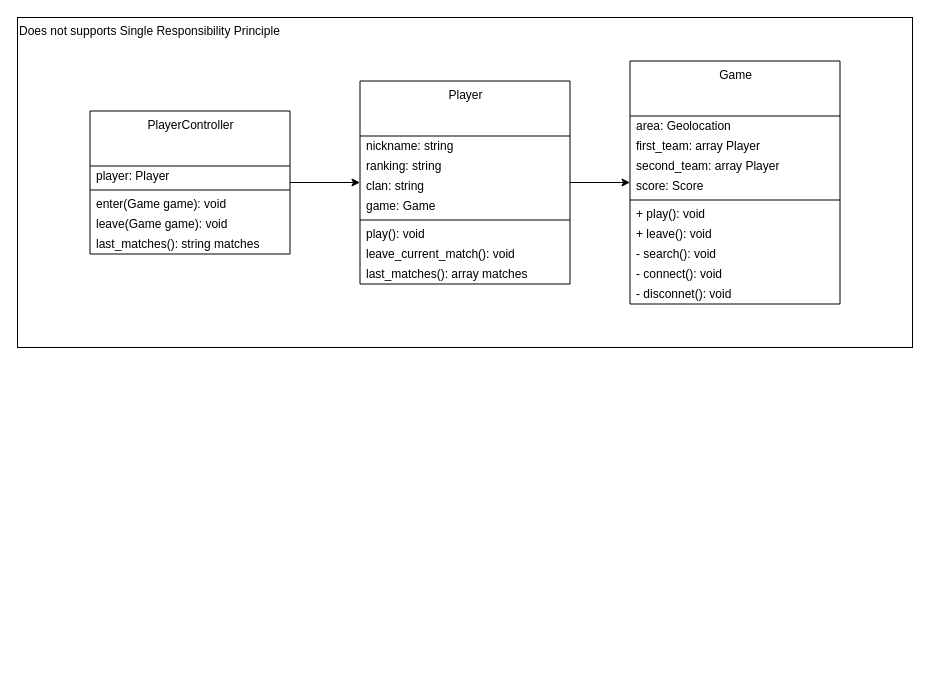
This is page "SRP-BROKEN" (4 of 5) of images/clean-code-clean-classes/clean-classes.drawio from GabrielSlima/blog, a draw.io file, before an edit. Source tidied: cells renumbered, new cells numbered last; positions are measured from the earlier drawing's top-left corner, leaving out a move shared by most shapes. Both pictures are drawn from the tidied source at 100%, with x=0, y=0 at pixel (17, 17).
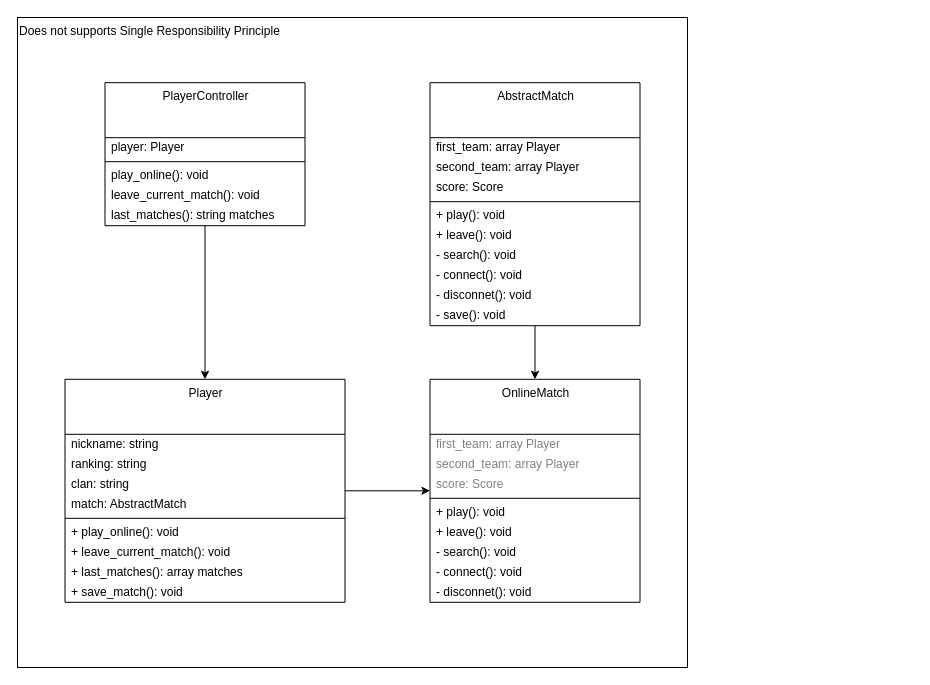
The same page after the edit.

Diff of the diagram source:
```diff
@@
-    <mxCell id="2" style="edgeStyle=orthogonalEdgeStyle;rounded=0;jettySize=auto;html=1;" parent="1" edge="1" source="3" target="19">
-      <mxGeometry relative="1" as="geometry" />
-    </mxCell>
-    <mxCell id="3" value="&lt;div&gt;Player&lt;/div&gt;" style="swimlane;fontStyle=0;align=center;verticalAlign=top;horizontal=1;startSize=55;html=1;fillColor=none;" parent="1" vertex="1">
-      <mxGeometry x="342.5" y="63.5" width="210" height="203" as="geometry" />
-    </mxCell>
-    <mxCell id="4" value="nickname: string" style="text;html=1;strokeColor=none;fillColor=none;align=left;verticalAlign=middle;spacingLeft=4;spacingRight=4;overflow=hidden;" parent="3" vertex="1">
-      <mxGeometry y="55" width="210" height="20" as="geometry" />
-    </mxCell>
-    <mxCell id="5" value="&lt;div&gt;ranking: string&lt;br&gt;&lt;/div&gt;" style="text;html=1;strokeColor=none;fillColor=none;align=left;verticalAlign=middle;spacingLeft=4;spacingRight=4;overflow=hidden;" parent="3" vertex="1">
-      <mxGeometry y="75" width="210" height="20" as="geometry" />
-    </mxCell>
-    <mxCell id="6" value="&lt;div&gt;clan: string&lt;br&gt;&lt;/div&gt;" style="text;html=1;strokeColor=none;fillColor=none;align=left;verticalAlign=middle;spacingLeft=4;spacingRight=4;overflow=hidden;" parent="3" vertex="1">
-      <mxGeometry y="95" width="210" height="20" as="geometry" />
-    </mxCell>
-    <mxCell id="7" value="&lt;div&gt;game: Game&lt;br&gt;&lt;/div&gt;" style="text;html=1;strokeColor=none;fillColor=none;align=left;verticalAlign=middle;spacingLeft=4;spacingRight=4;overflow=hidden;" parent="3" vertex="1">
-      <mxGeometry y="115" width="210" height="20" as="geometry" />
-    </mxCell>
-    <mxCell id="8" style="line;strokeWidth=1;fillColor=none;align=left;verticalAlign=middle;spacingTop=-1;spacingLeft=3;spacingRight=3;labelPosition=right;" parent="3" vertex="1">
-      <mxGeometry y="135" width="210" height="8" as="geometry" />
-    </mxCell>
-    <mxCell id="9" value="play(): void" style="text;html=1;strokeColor=none;fillColor=none;align=left;verticalAlign=middle;spacingLeft=4;spacingRight=4;overflow=hidden;" parent="3" vertex="1">
-      <mxGeometry y="143" width="210" height="20" as="geometry" />
-    </mxCell>
-    <mxCell id="10" value="leave_current_match(): void" style="text;html=1;strokeColor=none;fillColor=none;align=left;verticalAlign=middle;spacingLeft=4;spacingRight=4;overflow=hidden;" parent="3" vertex="1">
-      <mxGeometry y="163" width="210" height="20" as="geometry" />
-    </mxCell>
-    <mxCell id="11" value="last_matches(): array matches" style="text;html=1;strokeColor=none;fillColor=none;align=left;verticalAlign=middle;spacingLeft=4;spacingRight=4;overflow=hidden;" parent="3" vertex="1">
-      <mxGeometry y="183" width="210" height="20" as="geometry" />
-    </mxCell>
+    <mxCell id="30" value="Does not supports Single Responsibility Principle" style="rounded=0;whiteSpace=wrap;html=1;fillColor=none;align=left;verticalAlign=top;" parent="1" vertex="1">
+      <mxGeometry width="670" height="650" as="geometry" />
+    </mxCell>
-    <mxCell id="12" style="edgeStyle=orthogonalEdgeStyle;rounded=0;jettySize=auto;html=1;" parent="1" edge="1" source="13" target="3">
+    <mxCell id="12" style="edgeStyle=orthogonalEdgeStyle;rounded=0;jettySize=auto;html=1;fontColor=#808080;" parent="1" edge="1" source="13" target="3">
       <mxGeometry relative="1" as="geometry" />
     </mxCell>
     <mxCell id="13" value="PlayerController" style="swimlane;fontStyle=0;align=center;verticalAlign=top;horizontal=1;startSize=55;html=1;fillColor=none;" parent="1" vertex="1">
-      <mxGeometry x="72.5" y="93.5" width="200" height="143" as="geometry" />
+      <mxGeometry x="87.5" y="65.2" width="200" height="143" as="geometry" />
     </mxCell>
@@
-    <mxCell id="16" value="enter(Game game): void" style="text;html=1;strokeColor=none;fillColor=none;align=left;verticalAlign=middle;spacingLeft=4;spacingRight=4;overflow=hidden;" parent="13" vertex="1">
+    <mxCell id="16" value="play_online(): void" style="text;html=1;strokeColor=none;fillColor=none;align=left;verticalAlign=middle;spacingLeft=4;spacingRight=4;overflow=hidden;" parent="13" vertex="1">
       <mxGeometry y="83" width="200" height="20" as="geometry" />
     </mxCell>
-    <mxCell id="17" value="leave(Game game): void" style="text;html=1;strokeColor=none;fillColor=none;align=left;verticalAlign=middle;spacingLeft=4;spacingRight=4;overflow=hidden;" parent="13" vertex="1">
+    <mxCell id="17" value="leave_current_match(): void" style="text;html=1;strokeColor=none;fillColor=none;align=left;verticalAlign=middle;spacingLeft=4;spacingRight=4;overflow=hidden;" parent="13" vertex="1">
       <mxGeometry y="103" width="200" height="20" as="geometry" />
     </mxCell>
@@
-    <mxCell id="19" value="Game" style="swimlane;fontStyle=0;align=center;verticalAlign=top;horizontal=1;startSize=55;html=1;fillColor=none;" parent="1" vertex="1">
-      <mxGeometry x="612.5" y="43.5" width="210" height="243" as="geometry" />
-    </mxCell>
-    <mxCell id="20" value="area: Geolocation" style="text;html=1;strokeColor=none;fillColor=none;align=left;verticalAlign=middle;spacingLeft=4;spacingRight=4;overflow=hidden;" parent="19" vertex="1">
-      <mxGeometry y="55" width="210" height="20" as="geometry" />
-    </mxCell>
+    <mxCell id="31" style="edgeStyle=orthogonalEdgeStyle;rounded=0;jettySize=auto;html=1;fontColor=#808080;" parent="1" edge="1" source="3" target="37">
+      <mxGeometry relative="1" as="geometry" />
+    </mxCell>
+    <mxCell id="3" value="&lt;div&gt;Player&lt;/div&gt;" style="swimlane;fontStyle=0;align=center;verticalAlign=top;horizontal=1;startSize=55;html=1;fillColor=none;" parent="1" vertex="1">
+      <mxGeometry x="47.5" y="361.8" width="280" height="223" as="geometry" />
+    </mxCell>
+    <mxCell id="4" value="nickname: string" style="text;html=1;strokeColor=none;fillColor=none;align=left;verticalAlign=middle;spacingLeft=4;spacingRight=4;overflow=hidden;" parent="3" vertex="1">
+      <mxGeometry y="55" width="280" height="20" as="geometry" />
+    </mxCell>
+    <mxCell id="5" value="&lt;div&gt;ranking: string&lt;br&gt;&lt;/div&gt;" style="text;html=1;strokeColor=none;fillColor=none;align=left;verticalAlign=middle;spacingLeft=4;spacingRight=4;overflow=hidden;" parent="3" vertex="1">
+      <mxGeometry y="75" width="280" height="20" as="geometry" />
+    </mxCell>
+    <mxCell id="6" value="&lt;div&gt;clan: string&lt;br&gt;&lt;/div&gt;" style="text;html=1;strokeColor=none;fillColor=none;align=left;verticalAlign=middle;spacingLeft=4;spacingRight=4;overflow=hidden;" parent="3" vertex="1">
+      <mxGeometry y="95" width="280" height="20" as="geometry" />
+    </mxCell>
+    <mxCell id="32" value="&lt;div&gt;match: AbstractMatch&lt;br&gt;&lt;/div&gt;" style="text;html=1;strokeColor=none;fillColor=none;align=left;verticalAlign=middle;spacingLeft=4;spacingRight=4;overflow=hidden;" parent="3" vertex="1">
+      <mxGeometry y="115" width="280" height="20" as="geometry" />
+    </mxCell>
+    <mxCell id="33" style="line;strokeWidth=1;fillColor=none;align=left;verticalAlign=middle;spacingTop=-1;spacingLeft=3;spacingRight=3;labelPosition=right;" parent="3" vertex="1">
+      <mxGeometry y="135" width="280" height="8" as="geometry" />
+    </mxCell>
+    <mxCell id="34" value="+ play_online(): void" style="text;html=1;strokeColor=none;fillColor=none;align=left;verticalAlign=middle;spacingLeft=4;spacingRight=4;overflow=hidden;" parent="3" vertex="1">
+      <mxGeometry y="143" width="280" height="20" as="geometry" />
+    </mxCell>
+    <mxCell id="35" value="+ leave_current_match(): void" style="text;html=1;strokeColor=none;fillColor=none;align=left;verticalAlign=middle;spacingLeft=4;spacingRight=4;overflow=hidden;" parent="3" vertex="1">
+      <mxGeometry y="163" width="280" height="20" as="geometry" />
+    </mxCell>
+    <mxCell id="11" value="+ last_matches(): array matches" style="text;html=1;strokeColor=none;fillColor=none;align=left;verticalAlign=middle;spacingLeft=4;spacingRight=4;overflow=hidden;" parent="3" vertex="1">
+      <mxGeometry y="183" width="280" height="20" as="geometry" />
+    </mxCell>
+    <mxCell id="36" value="+ save_match(): void" style="text;html=1;strokeColor=none;fillColor=none;align=left;verticalAlign=middle;spacingLeft=4;spacingRight=4;overflow=hidden;" parent="3" vertex="1">
+      <mxGeometry y="203" width="280" height="20" as="geometry" />
+    </mxCell>
+    <mxCell id="37" value="OnlineMatch" style="swimlane;fontStyle=0;align=center;verticalAlign=top;horizontal=1;startSize=55;html=1;fillColor=none;" parent="1" vertex="1">
+      <mxGeometry x="412.5" y="361.8" width="210" height="223" as="geometry" />
+    </mxCell>
+    <mxCell id="38" value="first_team: array Player" style="text;html=1;strokeColor=none;fillColor=none;align=left;verticalAlign=middle;spacingLeft=4;spacingRight=4;overflow=hidden;fontColor=#808080;" parent="37" vertex="1">
+      <mxGeometry y="55" width="210" height="20" as="geometry" />
+    </mxCell>
+    <mxCell id="39" value="second_team: array Player" style="text;html=1;strokeColor=none;fillColor=none;align=left;verticalAlign=middle;spacingLeft=4;spacingRight=4;overflow=hidden;fontColor=#808080;" parent="37" vertex="1">
+      <mxGeometry y="75" width="210" height="20" as="geometry" />
+    </mxCell>
+    <mxCell id="40" value="score: Score" style="text;html=1;strokeColor=none;fillColor=none;align=left;verticalAlign=middle;spacingLeft=4;spacingRight=4;overflow=hidden;fontColor=#808080;" parent="37" vertex="1">
+      <mxGeometry y="95" width="210" height="20" as="geometry" />
+    </mxCell>
+    <mxCell id="41" style="line;strokeWidth=1;fillColor=none;align=left;verticalAlign=middle;spacingTop=-1;spacingLeft=3;spacingRight=3;labelPosition=right;" parent="37" vertex="1">
+      <mxGeometry y="115" width="210" height="8" as="geometry" />
+    </mxCell>
+    <mxCell id="42" value="+ play(): void" style="text;html=1;strokeColor=none;fillColor=none;align=left;verticalAlign=middle;spacingLeft=4;spacingRight=4;overflow=hidden;" parent="37" vertex="1">
+      <mxGeometry y="123" width="210" height="20" as="geometry" />
+    </mxCell>
+    <mxCell id="43" value="+ leave(): void" style="text;html=1;strokeColor=none;fillColor=none;align=left;verticalAlign=middle;spacingLeft=4;spacingRight=4;overflow=hidden;" parent="37" vertex="1">
+      <mxGeometry y="143" width="210" height="20" as="geometry" />
+    </mxCell>
+    <mxCell id="44" value="- search(): void" style="text;html=1;strokeColor=none;fillColor=none;align=left;verticalAlign=middle;spacingLeft=4;spacingRight=4;overflow=hidden;" parent="37" vertex="1">
+      <mxGeometry y="163" width="210" height="20" as="geometry" />
+    </mxCell>
+    <mxCell id="45" value="- connect(): void" style="text;html=1;strokeColor=none;fillColor=none;align=left;verticalAlign=middle;spacingLeft=4;spacingRight=4;overflow=hidden;" parent="37" vertex="1">
+      <mxGeometry y="183" width="210" height="20" as="geometry" />
+    </mxCell>
+    <mxCell id="46" value="- disconnet(): void" style="text;html=1;strokeColor=none;fillColor=none;align=left;verticalAlign=middle;spacingLeft=4;spacingRight=4;overflow=hidden;" parent="37" vertex="1">
+      <mxGeometry y="203" width="210" height="20" as="geometry" />
+    </mxCell>
+    <mxCell id="47" style="edgeStyle=orthogonalEdgeStyle;rounded=0;jettySize=auto;html=1;entryX=0.5;entryY=0;entryDx=0;entryDy=0;fontColor=#808080;" parent="1" edge="1" source="48" target="37">
+      <mxGeometry relative="1" as="geometry" />
+    </mxCell>
+    <mxCell id="48" value="AbstractMatch" style="swimlane;fontStyle=0;align=center;verticalAlign=top;horizontal=1;startSize=55;html=1;fillColor=none;" parent="1" vertex="1">
+      <mxGeometry x="412.5" y="65.2" width="210" height="243" as="geometry" />
+    </mxCell>
-    <mxCell id="21" value="first_team: array Player" style="text;html=1;strokeColor=none;fillColor=none;align=left;verticalAlign=middle;spacingLeft=4;spacingRight=4;overflow=hidden;" parent="19" vertex="1">
-      <mxGeometry y="75" width="210" height="20" as="geometry" />
+    <mxCell id="21" value="first_team: array Player" style="text;html=1;strokeColor=none;fillColor=none;align=left;verticalAlign=middle;spacingLeft=4;spacingRight=4;overflow=hidden;" parent="48" vertex="1">
+      <mxGeometry y="55" width="210" height="20" as="geometry" />
     </mxCell>
-    <mxCell id="22" value="second_team: array Player" style="text;html=1;strokeColor=none;fillColor=none;align=left;verticalAlign=middle;spacingLeft=4;spacingRight=4;overflow=hidden;" parent="19" vertex="1">
-      <mxGeometry y="95" width="210" height="20" as="geometry" />
+    <mxCell id="22" value="second_team: array Player" style="text;html=1;strokeColor=none;fillColor=none;align=left;verticalAlign=middle;spacingLeft=4;spacingRight=4;overflow=hidden;" parent="48" vertex="1">
+      <mxGeometry y="75" width="210" height="20" as="geometry" />
     </mxCell>
-    <mxCell id="23" value="score: Score" style="text;html=1;strokeColor=none;fillColor=none;align=left;verticalAlign=middle;spacingLeft=4;spacingRight=4;overflow=hidden;" parent="19" vertex="1">
-      <mxGeometry y="115" width="210" height="20" as="geometry" />
+    <mxCell id="23" value="score: Score" style="text;html=1;strokeColor=none;fillColor=none;align=left;verticalAlign=middle;spacingLeft=4;spacingRight=4;overflow=hidden;" parent="48" vertex="1">
+      <mxGeometry y="95" width="210" height="20" as="geometry" />
     </mxCell>
-    <mxCell id="24" style="line;strokeWidth=1;fillColor=none;align=left;verticalAlign=middle;spacingTop=-1;spacingLeft=3;spacingRight=3;labelPosition=right;" parent="19" vertex="1">
-      <mxGeometry y="135" width="210" height="8" as="geometry" />
-    </mxCell>
-    <mxCell id="25" value="+ play(): void" style="text;html=1;strokeColor=none;fillColor=none;align=left;verticalAlign=middle;spacingLeft=4;spacingRight=4;overflow=hidden;" parent="19" vertex="1">
-      <mxGeometry y="143" width="210" height="20" as="geometry" />
-    </mxCell>
-    <mxCell id="26" value="+ leave(): void" style="text;html=1;strokeColor=none;fillColor=none;align=left;verticalAlign=middle;spacingLeft=4;spacingRight=4;overflow=hidden;" parent="19" vertex="1">
-      <mxGeometry y="163" width="210" height="20" as="geometry" />
-    </mxCell>
-    <mxCell id="27" value="- search(): void" style="text;html=1;strokeColor=none;fillColor=none;align=left;verticalAlign=middle;spacingLeft=4;spacingRight=4;overflow=hidden;" parent="19" vertex="1">
-      <mxGeometry y="183" width="210" height="20" as="geometry" />
-    </mxCell>
-    <mxCell id="28" value="- connect(): void" style="text;html=1;strokeColor=none;fillColor=none;align=left;verticalAlign=middle;spacingLeft=4;spacingRight=4;overflow=hidden;" parent="19" vertex="1">
-      <mxGeometry y="203" width="210" height="20" as="geometry" />
-    </mxCell>
-    <mxCell id="29" value="- disconnet(): void" style="text;html=1;strokeColor=none;fillColor=none;align=left;verticalAlign=middle;spacingLeft=4;spacingRight=4;overflow=hidden;" parent="19" vertex="1">
-      <mxGeometry y="223" width="210" height="20" as="geometry" />
-    </mxCell>
-    <mxCell id="30" value="Does not supports Single Responsibility Principle" style="rounded=0;whiteSpace=wrap;html=1;fillColor=none;align=left;verticalAlign=top;" parent="1" vertex="1">
-      <mxGeometry width="895" height="330" as="geometry" />
-    </mxCell>
+    <mxCell id="49" style="line;strokeWidth=1;fillColor=none;align=left;verticalAlign=middle;spacingTop=-1;spacingLeft=3;spacingRight=3;labelPosition=right;" parent="48" vertex="1">
+      <mxGeometry y="115" width="210" height="8" as="geometry" />
+    </mxCell>
+    <mxCell id="50" value="+ play(): void" style="text;html=1;strokeColor=none;fillColor=none;align=left;verticalAlign=middle;spacingLeft=4;spacingRight=4;overflow=hidden;" parent="48" vertex="1">
+      <mxGeometry y="123" width="210" height="20" as="geometry" />
+    </mxCell>
+    <mxCell id="51" value="+ leave(): void" style="text;html=1;strokeColor=none;fillColor=none;align=left;verticalAlign=middle;spacingLeft=4;spacingRight=4;overflow=hidden;" parent="48" vertex="1">
+      <mxGeometry y="143" width="210" height="20" as="geometry" />
+    </mxCell>
+    <mxCell id="52" value="- search(): void" style="text;html=1;strokeColor=none;fillColor=none;align=left;verticalAlign=middle;spacingLeft=4;spacingRight=4;overflow=hidden;" parent="48" vertex="1">
+      <mxGeometry y="163" width="210" height="20" as="geometry" />
+    </mxCell>
+    <mxCell id="53" value="- connect(): void" style="text;html=1;strokeColor=none;fillColor=none;align=left;verticalAlign=middle;spacingLeft=4;spacingRight=4;overflow=hidden;" parent="48" vertex="1">
+      <mxGeometry y="183" width="210" height="20" as="geometry" />
+    </mxCell>
+    <mxCell id="54" value="- disconnet(): void" style="text;html=1;strokeColor=none;fillColor=none;align=left;verticalAlign=middle;spacingLeft=4;spacingRight=4;overflow=hidden;" parent="48" vertex="1">
+      <mxGeometry y="203" width="210" height="20" as="geometry" />
+    </mxCell>
+    <mxCell id="55" value="- save(): void" style="text;html=1;strokeColor=none;fillColor=none;align=left;verticalAlign=middle;spacingLeft=4;spacingRight=4;overflow=hidden;" parent="48" vertex="1">
+      <mxGeometry y="223" width="210" height="20" as="geometry" />
+    </mxCell>
```
